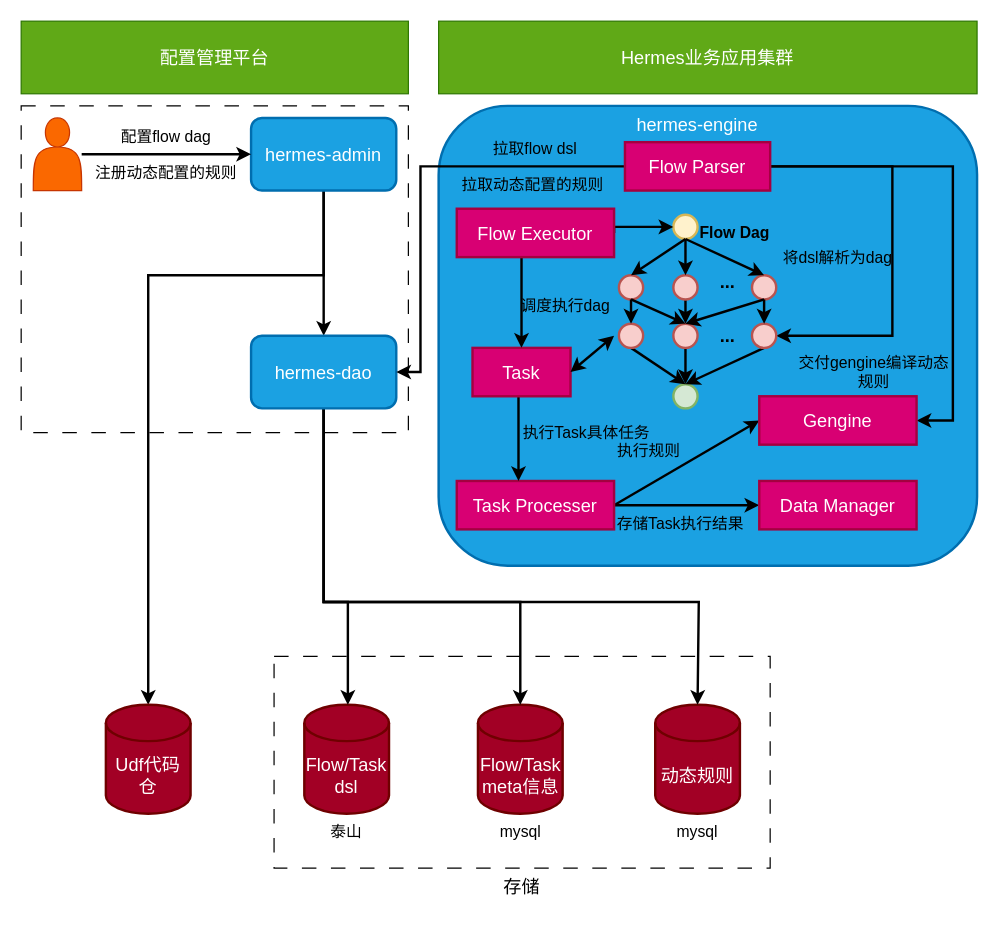
smartcharles/tech_draw keeps this draw.io diagram as hermes架构图.drawio. Above is the earlier version. Source tidied: cells renumbered, new cells numbered last; positions are measured from the earlier drawing's top-left corner, leaving out a move shared by most shapes. Both pictures are drawn from the tidied source at 121%, with x=0, y=0 at pixel (21, 21).
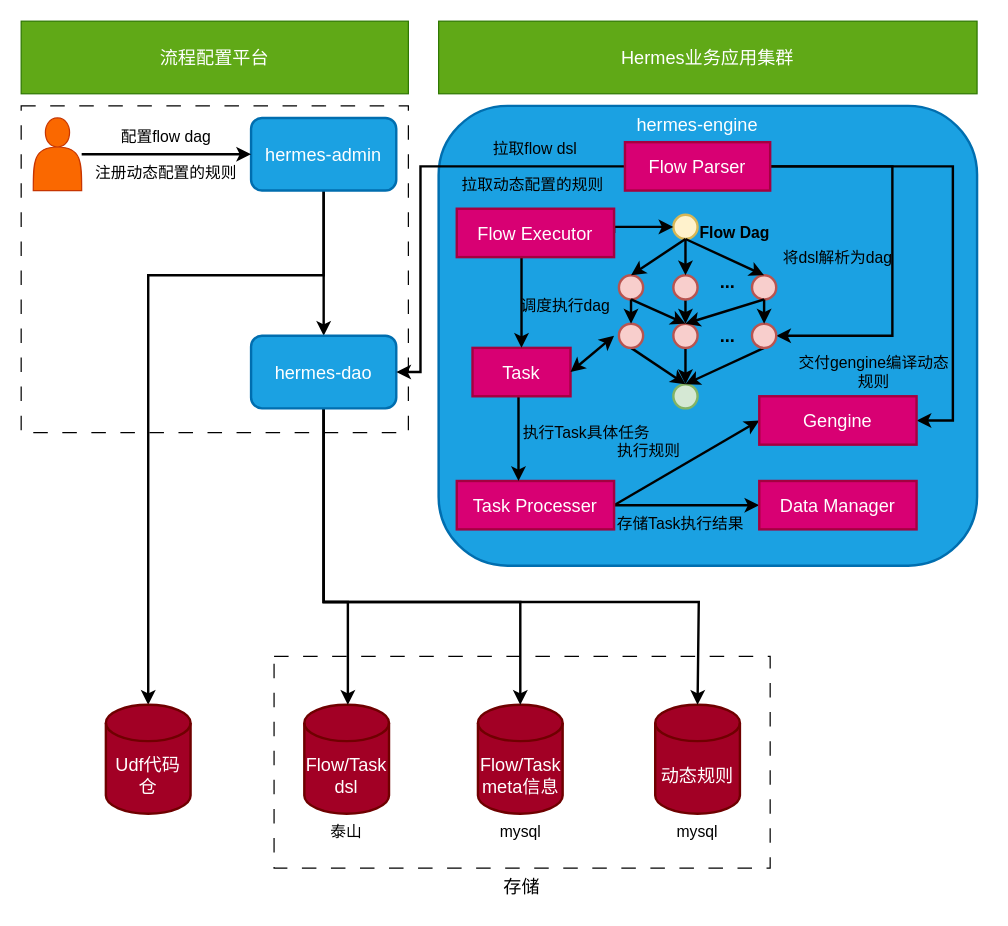
After the change.

Commit message:
更新hermes架构图.drawio

Change to the diagram source:
```diff
@@
-    <mxCell id="2" value="&lt;font style=&quot;font-size: 15px;&quot;&gt;配置管理平台&lt;/font&gt;" style="rounded=0;whiteSpace=wrap;html=1;fillColor=#60a917;fontColor=#ffffff;strokeColor=#2D7600;" parent="1" vertex="1">
+    <mxCell id="2" value="&lt;font style=&quot;font-size: 15px;&quot;&gt;流程配置平台&lt;/font&gt;" style="rounded=0;whiteSpace=wrap;html=1;fillColor=#60a917;fontColor=#ffffff;strokeColor=#2D7600;" parent="1" vertex="1">
       <mxGeometry width="320" height="60" as="geometry" />
     </mxCell>
```
